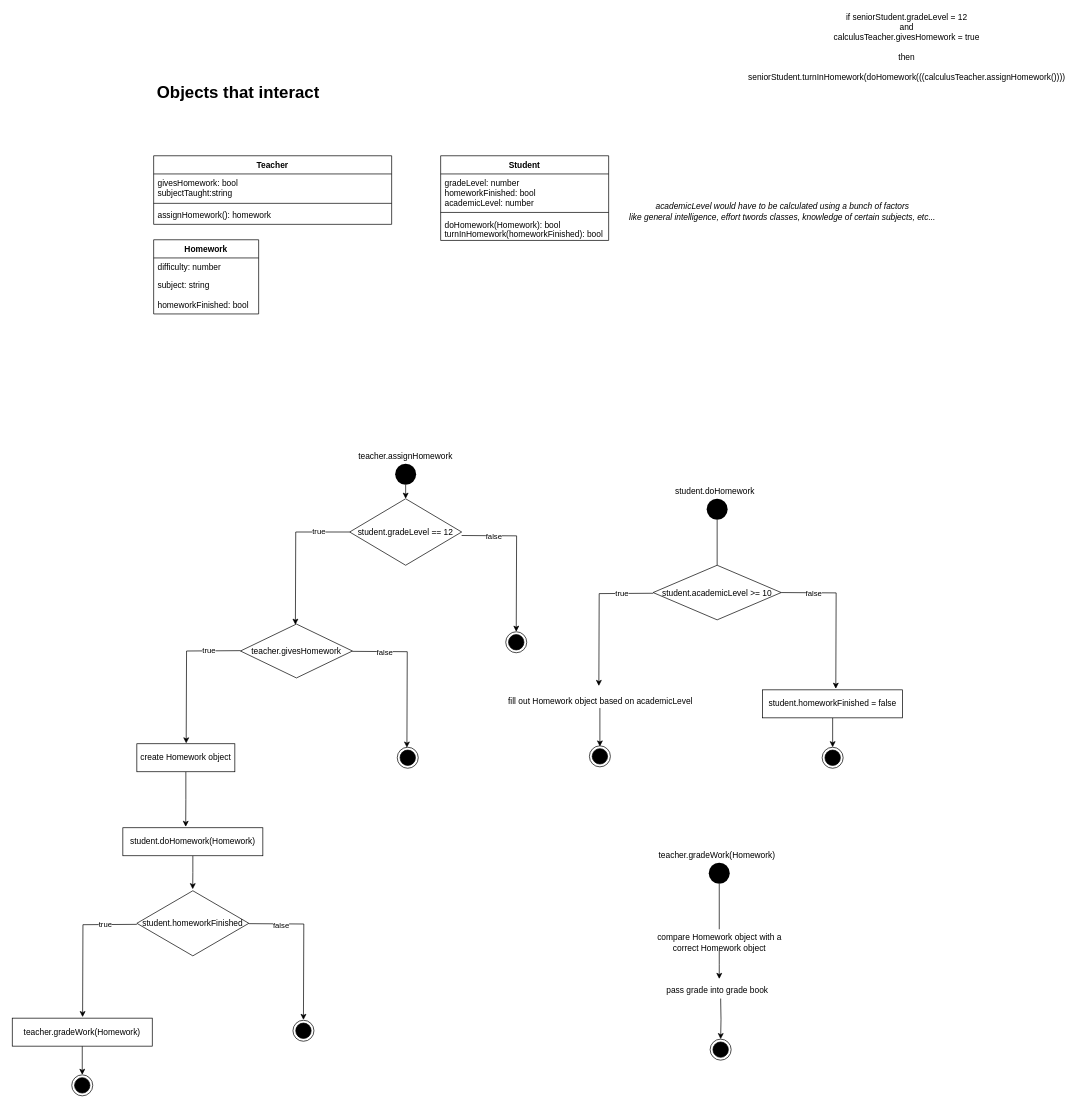
Above: page "Objects that interact" (2 of 2) of CSCS1240Notes.drawio in patrick965/CSCS1240S21 (draw.io), before the change. Source tidied: cells renumbered, new cells numbered last; positions are measured from the earlier drawing's top-left corner, leaving out a move shared by most shapes. Both pictures are drawn from the tidied source at 70%, with x=0, y=0 at pixel (12, 15).
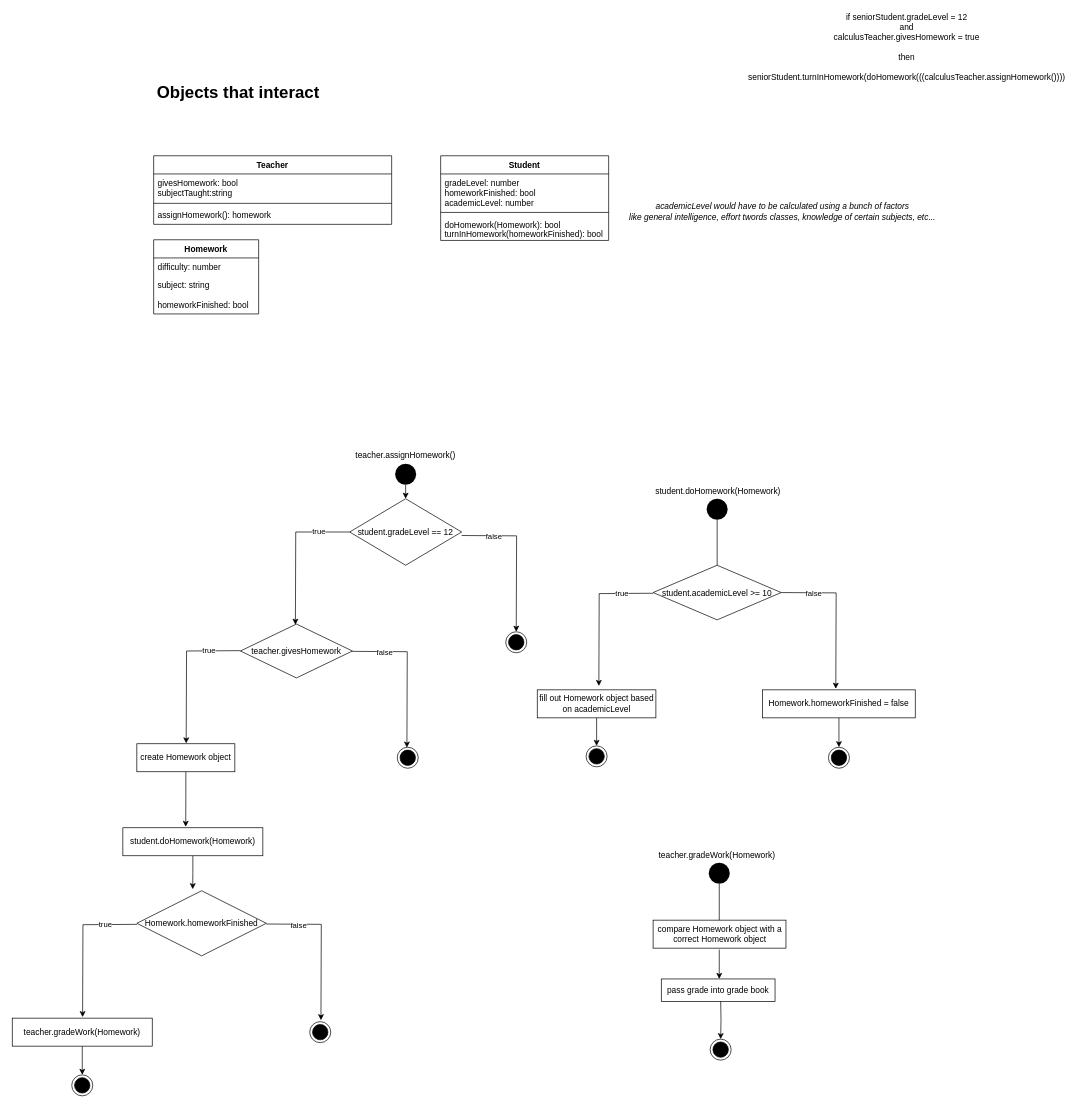
After the change.

What changed in the source:
```diff
@@
-    <mxCell id="16" value="&lt;div&gt;teacher.assignHomework&lt;/div&gt;" style="text;html=1;strokeColor=none;fillColor=none;align=center;verticalAlign=middle;whiteSpace=wrap;rounded=0;" parent="1" vertex="1">
-      <mxGeometry x="542" y="620" width="40" height="20" as="geometry" />
+    <mxCell id="16" value="&lt;div&gt;teacher.assignHomework()&lt;/div&gt;" style="text;html=1;strokeColor=none;fillColor=none;align=center;verticalAlign=middle;whiteSpace=wrap;rounded=0;" parent="1" vertex="1">
+      <mxGeometry x="476.2" y="618" width="171.5" height="20" as="geometry" />
     </mxCell>
@@
-    <mxCell id="19" value="&lt;div&gt;student.doHomework&lt;/div&gt;" style="text;html=1;strokeColor=none;fillColor=none;align=center;verticalAlign=middle;whiteSpace=wrap;rounded=0;" parent="1" vertex="1">
-      <mxGeometry x="948" y="670" width="112" height="20" as="geometry" />
+    <mxCell id="19" value="&lt;div&gt;student.doHomework(Homework)&lt;/div&gt;" style="text;html=1;strokeColor=none;fillColor=none;align=center;verticalAlign=middle;whiteSpace=wrap;rounded=0;" parent="1" vertex="1">
+      <mxGeometry x="948" y="670" width="121" height="20" as="geometry" />
     </mxCell>
@@
-    <mxCell id="41" value="student.homeworkFinished" style="rhombus;sketch=0;fillColor=#FFFFFF;" parent="1" vertex="1">
-      <mxGeometry x="178" y="1250" width="160" height="93" as="geometry" />
+    <mxCell id="41" value="Homework.homeworkFinished" style="rhombus;sketch=0;fillColor=#FFFFFF;" parent="1" vertex="1">
+      <mxGeometry x="178" y="1250" width="185" height="93" as="geometry" />
     </mxCell>
@@
     <mxCell id="44" style="edgeStyle=orthogonalEdgeStyle;rounded=0;orthogonalLoop=1;jettySize=auto;html=1;exitX=0;exitY=0.5;exitDx=0;exitDy=0;" parent="1" edge="1">
       <mxGeometry relative="1" as="geometry">
-        <mxPoint x="338" y="1297" as="sourcePoint" />
-        <mxPoint x="416" y="1434.5" as="targetPoint" />
+        <mxPoint x="363" y="1297.5" as="sourcePoint" />
+        <mxPoint x="441" y="1435" as="targetPoint" />
       </mxGeometry>
     </mxCell>
@@
     <mxCell id="46" style="ellipse;html=1;shape=endState;fillColor=#000000;strokeColor=#000000;sketch=0;" parent="1" vertex="1">
-      <mxGeometry x="401" y="1435" width="30" height="30" as="geometry" />
+      <mxGeometry x="425" y="1437" width="30" height="30" as="geometry" />
     </mxCell>
@@
-    <mxCell id="56" value="student.homeworkFinished = false" style="rounded=0;whiteSpace=wrap;html=1;sketch=0;fillColor=#FFFFFF;" parent="1" vertex="1">
-      <mxGeometry x="1072" y="963" width="200" height="40" as="geometry" />
+    <mxCell id="56" value="Homework.homeworkFinished = false" style="rounded=0;whiteSpace=wrap;html=1;sketch=0;fillColor=#FFFFFF;" parent="1" vertex="1">
+      <mxGeometry x="1072" y="963" width="218" height="40" as="geometry" />
     </mxCell>
@@
-    <mxCell id="58" style="edgeStyle=orthogonalEdgeStyle;rounded=0;jettySize=auto;html=1;" parent="1" edge="1" source="59">
-      <mxGeometry relative="1" as="geometry">
-        <mxPoint x="839.5" y="1044" as="targetPoint" />
-      </mxGeometry>
-    </mxCell>
-    <mxCell id="59" value="&lt;div&gt;fill out Homework object based on academicLevel&lt;br&gt;&lt;/div&gt;" style="text;html=1;align=center;verticalAlign=middle;points=[];" parent="1" vertex="1">
-      <mxGeometry x="699" y="971" width="282" height="18" as="geometry" />
-    </mxCell>
@@
-    <mxCell id="61" style="edgeStyle=orthogonalEdgeStyle;rounded=0;jettySize=auto;html=1;" parent="1" edge="1" source="62">
+    <mxCell id="61" style="edgeStyle=orthogonalEdgeStyle;rounded=0;orthogonalLoop=1;jettySize=auto;html=1;" parent="1" edge="1">
       <mxGeometry relative="1" as="geometry">
+        <mxPoint x="1010" y="1334" as="sourcePoint" />
         <mxPoint x="1010" y="1376" as="targetPoint" />
       </mxGeometry>
     </mxCell>
-    <mxCell id="62" value="compare Homework object with a correct Homework object " style="text;html=1;strokeColor=none;fillColor=none;align=center;verticalAlign=middle;whiteSpace=wrap;rounded=0;" parent="1" vertex="1">
-      <mxGeometry x="919.5" y="1314" width="181" height="20" as="geometry" />
-    </mxCell>
     <mxCell id="63" style="ellipse;html=1;shape=endState;fillColor=#000000;strokeColor=#000000;sketch=0;" parent="1" vertex="1">
-      <mxGeometry x="824.5" y="1043" width="30" height="30" as="geometry" />
+      <mxGeometry x="819.8" y="1043" width="30" height="30" as="geometry" />
     </mxCell>
@@
+    <mxCell id="66" style="ellipse;html=1;shape=endState;fillColor=#000000;strokeColor=#000000;sketch=0;" parent="1" vertex="1">
+      <mxGeometry x="1166" y="1045" width="30" height="30" as="geometry" />
+    </mxCell>
+    <mxCell id="67" style="edgeStyle=orthogonalEdgeStyle;rounded=0;jettySize=auto;html=1;entryX=0.5;entryY=0;entryDx=0;entryDy=0;" parent="1" edge="1" source="59" target="63">
+      <mxGeometry relative="1" as="geometry" />
+    </mxCell>
+    <mxCell id="59" value="fill out Homework object based on academicLevel" style="rounded=0;whiteSpace=wrap;html=1;sketch=0;fillColor=#FFFFFF;" parent="1" vertex="1">
+      <mxGeometry x="750" y="963" width="169.5" height="40" as="geometry" />
+    </mxCell>
+    <mxCell id="62" value="compare Homework object with a correct Homework object " style="rounded=0;whiteSpace=wrap;html=1;sketch=0;fillColor=#FFFFFF;" parent="1" vertex="1">
+      <mxGeometry x="915.5" y="1292" width="189.8" height="40" as="geometry" />
+    </mxCell>
-    <mxCell id="65" value="pass grade into grade book" style="text;html=1;align=center;verticalAlign=middle;" parent="1" vertex="1">
-      <mxGeometry x="926.5" y="1384" width="161" height="18" as="geometry" />
+    <mxCell id="65" value="pass grade into grade book" style="rounded=0;whiteSpace=wrap;html=1;sketch=0;fillColor=#FFFFFF;" parent="1" vertex="1">
+      <mxGeometry x="927.2" y="1376" width="162.5" height="32" as="geometry" />
     </mxCell>
-    <mxCell id="66" style="ellipse;html=1;shape=endState;fillColor=#000000;strokeColor=#000000;sketch=0;" parent="1" vertex="1">
-      <mxGeometry x="1157" y="1045" width="30" height="30" as="geometry" />
-    </mxCell>
```
